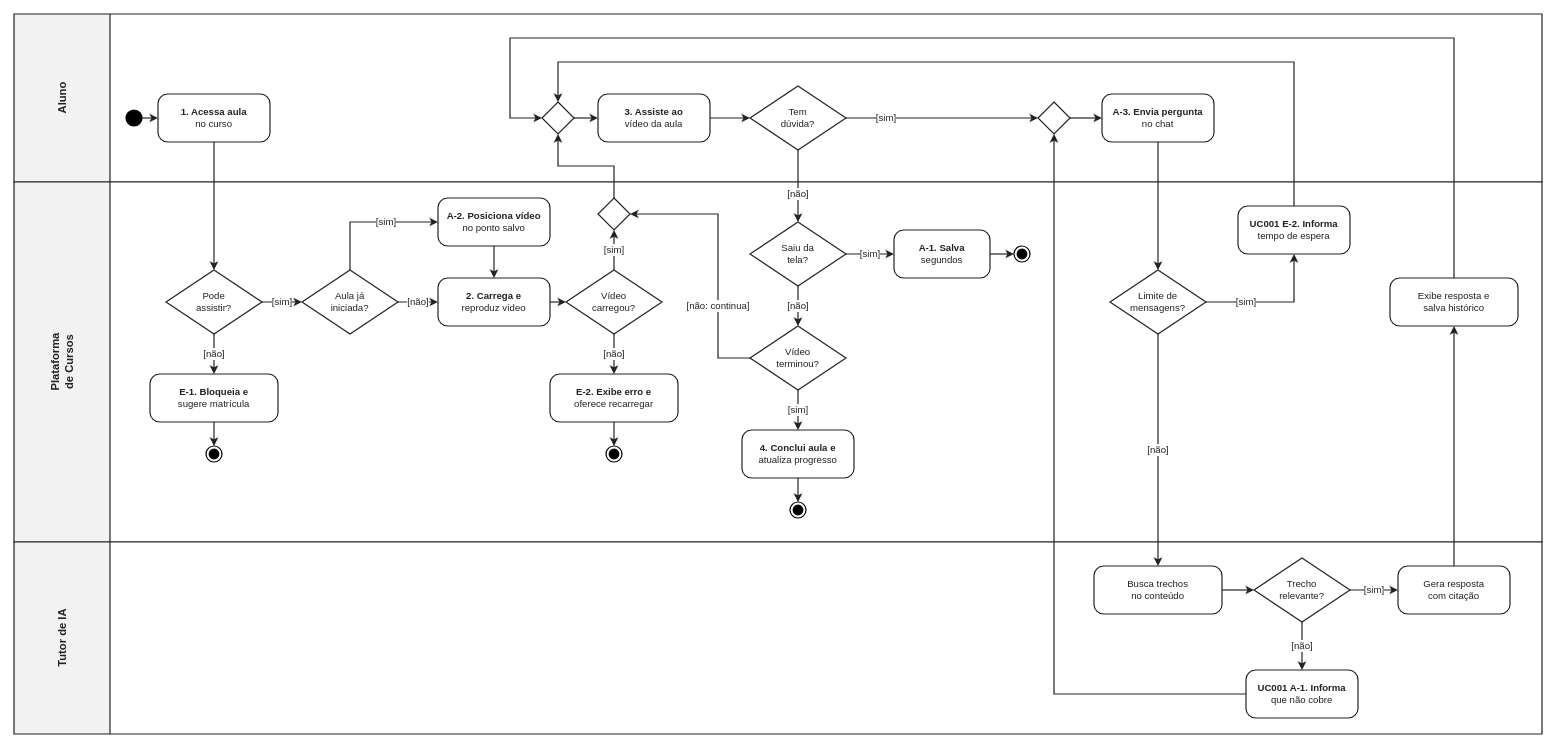
This is especificacao/diagramas/11-atividades.drawio from Plataforma-de-Cursos-TCC/plataforma-cursos-docs, a draw.io file, before an edit. Source tidied: cells renumbered, new cells numbered last; positions are measured from the earlier drawing's top-left corner, leaving out a move shared by most shapes. Both pictures are drawn from the tidied source at 80%, with x=0, y=0 at pixel (14, 14).
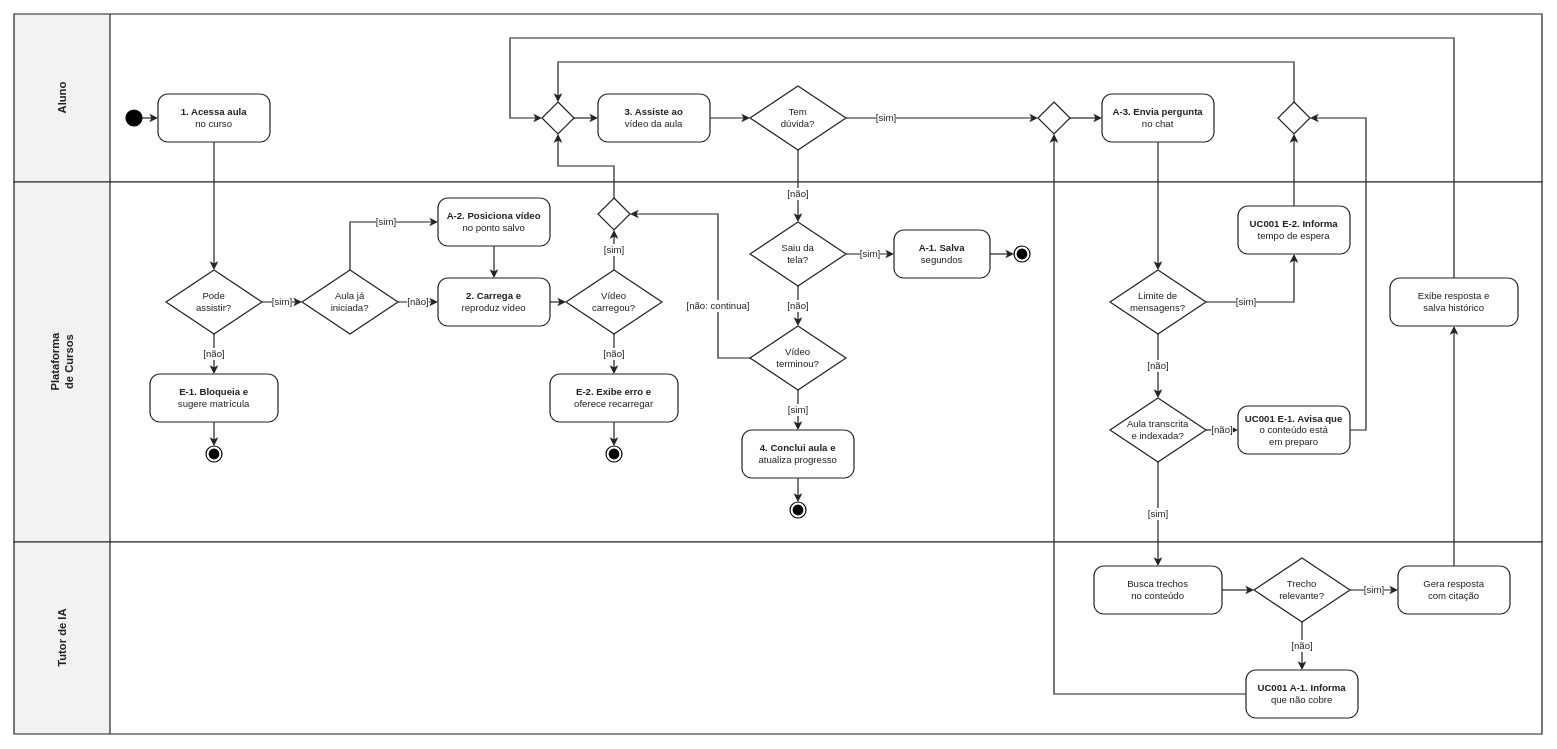
Above is the later version.

Commit message (it also covers changes not shown here):
docs(atividades): add lesson processing check before tutor search (UC001 E-1)

Unchanged cells that the change refers to:
```xml
<mxCell id="7" style="rhombus;whiteSpace=wrap;html=1;fillColor=#FFFFFF;strokeColor=#222222;strokeWidth=1.5;" parent="1" vertex="1">
  <mxGeometry x="660" y="110" width="40" height="40" as="geometry" />
</mxCell>
<mxCell id="22" value="Limite de&lt;br&gt;mensagens?" style="rhombus;whiteSpace=wrap;html=1;fillColor=#FFFFFF;strokeColor=#222222;strokeWidth=1.5;fontFamily=Helvetica;fontSize=12;fontColor=#222222;align=center;verticalAlign=middle;" parent="1" vertex="1">
  <mxGeometry x="1370" y="320" width="120" height="80" as="geometry" />
</mxCell>
<mxCell id="23" value="&lt;b&gt;UC001 E-2. Informa&lt;/b&gt;&lt;br&gt;tempo de espera" style="rounded=1;whiteSpace=wrap;html=1;arcSize=20;fillColor=#FFFFFF;strokeColor=#222222;strokeWidth=1.5;fontFamily=Helvetica;fontSize=12;fontColor=#222222;spacing=4;align=center;verticalAlign=middle;" parent="1" vertex="1">
  <mxGeometry x="1530" y="240" width="140" height="60" as="geometry" />
</mxCell>
<mxCell id="31" value="Busca trechos&lt;br&gt;no conteúdo" style="rounded=1;whiteSpace=wrap;html=1;arcSize=20;fillColor=#FFFFFF;strokeColor=#222222;strokeWidth=1.5;fontFamily=Helvetica;fontSize=12;fontColor=#222222;spacing=4;align=center;verticalAlign=middle;" parent="1" vertex="1">
  <mxGeometry x="1350" y="690" width="160" height="60" as="geometry" />
</mxCell>
```

What changed in the source:
```diff
@@
+    <mxCell id="69" value="Aula transcrita&lt;br&gt;e indexada?" style="rhombus;whiteSpace=wrap;html=1;fillColor=#FFFFFF;strokeColor=#222222;strokeWidth=1.5;fontFamily=Helvetica;fontSize=12;fontColor=#222222;align=center;verticalAlign=middle;" parent="1" vertex="1">
+      <mxGeometry x="1370" y="480" width="120" height="80" as="geometry" />
+    </mxCell>
+    <mxCell id="70" value="&lt;b&gt;UC001 E-1. Avisa que&lt;/b&gt;&lt;br&gt;o conteúdo está&lt;br&gt;em preparo" style="rounded=1;whiteSpace=wrap;html=1;arcSize=20;fillColor=#FFFFFF;strokeColor=#222222;strokeWidth=1.5;fontFamily=Helvetica;fontSize=12;fontColor=#222222;spacing=4;align=center;verticalAlign=middle;" parent="1" vertex="1">
+      <mxGeometry x="1530" y="490" width="140" height="60" as="geometry" />
+    </mxCell>
+    <mxCell id="71" style="rhombus;whiteSpace=wrap;html=1;fillColor=#FFFFFF;strokeColor=#222222;strokeWidth=1.5;" parent="1" vertex="1">
+      <mxGeometry x="1580" y="110" width="40" height="40" as="geometry" />
+    </mxCell>
@@
-    <mxCell id="53" value="[não]" style="edgeStyle=orthogonalEdgeStyle;rounded=0;jettySize=auto;html=1;strokeColor=#222222;strokeWidth=1.5;fontFamily=Helvetica;fontSize=12;fontColor=#222222;labelBackgroundColor=#FFFFFF;align=center;verticalAlign=middle;exitX=0.5;exitY=1;entryX=0.5;entryY=0;" parent="1" edge="1" source="22" target="31">
+    <mxCell id="53" value="[não]" style="edgeStyle=orthogonalEdgeStyle;rounded=0;jettySize=auto;html=1;strokeColor=#222222;strokeWidth=1.5;fontFamily=Helvetica;fontSize=12;fontColor=#222222;labelBackgroundColor=#FFFFFF;align=center;verticalAlign=middle;exitX=0.5;exitY=1;entryX=0.5;entryY=0;" parent="1" edge="1" source="22" target="69">
       <mxGeometry relative="1" as="geometry" />
     </mxCell>
@@
-    <mxCell id="59" style="edgeStyle=orthogonalEdgeStyle;rounded=0;jettySize=auto;html=1;strokeColor=#222222;strokeWidth=1.5;fontFamily=Helvetica;fontSize=12;fontColor=#222222;labelBackgroundColor=#FFFFFF;align=center;verticalAlign=middle;exitX=0.5;exitY=0;entryX=0.5;entryY=0;" parent="1" edge="1" source="23" target="7">
+    <mxCell id="59" style="edgeStyle=orthogonalEdgeStyle;rounded=0;jettySize=auto;html=1;strokeColor=#222222;strokeWidth=1.5;fontFamily=Helvetica;fontSize=12;fontColor=#222222;labelBackgroundColor=#FFFFFF;align=center;verticalAlign=middle;exitX=0.5;exitY=0;entryX=0.5;entryY=0;" parent="1" edge="1" source="71" target="7">
       <mxGeometry relative="1" as="geometry">
         <Array as="points">
           <mxPoint x="1600" y="60" />
           <mxPoint x="680" y="60" />
         </Array>
       </mxGeometry>
     </mxCell>
@@
+    <mxCell id="72" value="[sim]" style="edgeStyle=orthogonalEdgeStyle;rounded=0;jettySize=auto;html=1;strokeColor=#222222;strokeWidth=1.5;fontFamily=Helvetica;fontSize=12;fontColor=#222222;labelBackgroundColor=#FFFFFF;align=center;verticalAlign=middle;exitX=0.5;exitY=1;entryX=0.5;entryY=0;" parent="1" edge="1" source="69" target="31">
+      <mxGeometry relative="1" as="geometry" />
+    </mxCell>
+    <mxCell id="73" value="[não]" style="edgeStyle=orthogonalEdgeStyle;rounded=0;jettySize=auto;html=1;strokeColor=#222222;strokeWidth=1.5;fontFamily=Helvetica;fontSize=12;fontColor=#222222;labelBackgroundColor=#FFFFFF;align=center;verticalAlign=middle;exitX=1;exitY=0.5;entryX=0;entryY=0.5;" parent="1" edge="1" source="69" target="70">
+      <mxGeometry relative="1" as="geometry" />
+    </mxCell>
+    <mxCell id="74" style="edgeStyle=orthogonalEdgeStyle;rounded=0;jettySize=auto;html=1;strokeColor=#222222;strokeWidth=1.5;fontFamily=Helvetica;fontSize=12;fontColor=#222222;labelBackgroundColor=#FFFFFF;align=center;verticalAlign=middle;exitX=0.5;exitY=0;entryX=0.5;entryY=1;" parent="1" edge="1" source="23" target="71">
+      <mxGeometry relative="1" as="geometry" />
+    </mxCell>
+    <mxCell id="75" style="edgeStyle=orthogonalEdgeStyle;rounded=0;jettySize=auto;html=1;strokeColor=#222222;strokeWidth=1.5;fontFamily=Helvetica;fontSize=12;fontColor=#222222;labelBackgroundColor=#FFFFFF;align=center;verticalAlign=middle;exitX=1;exitY=0.5;entryX=1;entryY=0.5;" parent="1" edge="1" source="70" target="71">
+      <mxGeometry relative="1" as="geometry">
+        <Array as="points">
+          <mxPoint x="1690" y="520" />
+          <mxPoint x="1690" y="130" />
+        </Array>
+      </mxGeometry>
+    </mxCell>
```
